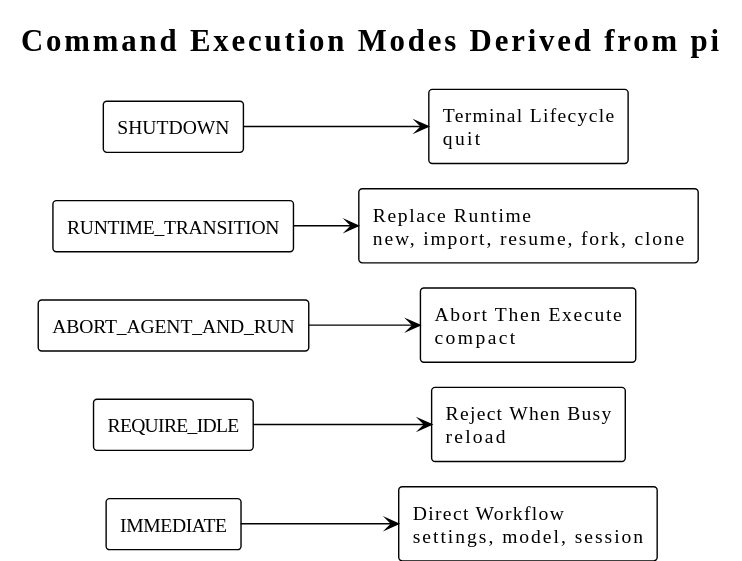
This is diagrams/command/08-execution-modes.svg from superheromeZzh/pi-mono-java-design, a PlantUML export, as it was before one commit. Its diagram source:
```plantuml
@startuml
!theme plain
!pragma layout smetana
skinparam defaultFontName "SansSerif"
skinparam shadowing false
skinparam backgroundColor transparent
title Command Execution Modes Derived from pi

left to right direction
rectangle IMMEDIATE
rectangle REQUIRE_IDLE
rectangle ABORT_AGENT_AND_RUN
rectangle RUNTIME_TRANSITION
rectangle SHUTDOWN

rectangle "Direct Workflow\nsettings, model, session" as Direct
rectangle "Reject When Busy\nreload" as Idle
rectangle "Abort Then Execute\ncompact" as Abort
rectangle "Replace Runtime\nnew, import, resume, fork, clone" as Transition
rectangle "Terminal Lifecycle\nquit" as Terminal

IMMEDIATE --> Direct
REQUIRE_IDLE --> Idle
ABORT_AGENT_AND_RUN --> Abort
RUNTIME_TRANSITION --> Transition
SHUTDOWN --> Terminal
@enduml
```
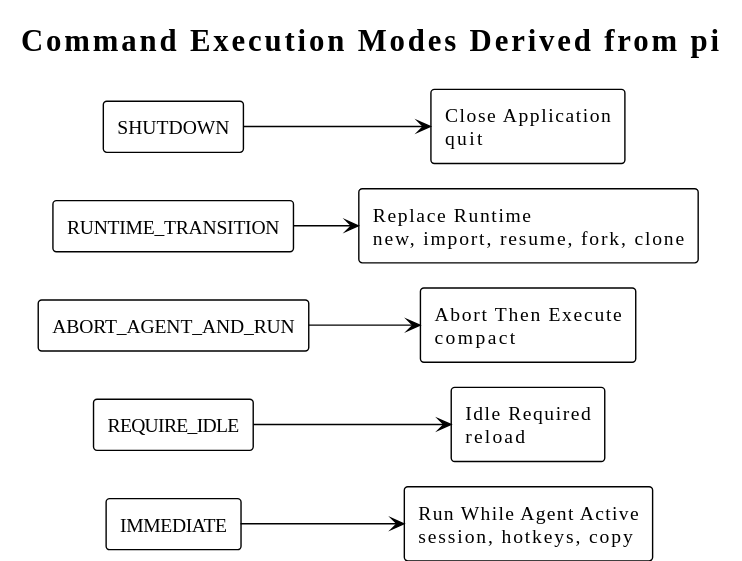
Above is the later version.

What changed in the source:
```diff
@@ -13,11 +13,11 @@
 rectangle RUNTIME_TRANSITION
 rectangle SHUTDOWN
 
-rectangle "Direct Workflow\nsettings, model, session" as Direct
-rectangle "Reject When Busy\nreload" as Idle
+rectangle "Run While Agent Active\nsession, hotkeys, copy" as Direct
+rectangle "Idle Required\nreload" as Idle
 rectangle "Abort Then Execute\ncompact" as Abort
 rectangle "Replace Runtime\nnew, import, resume, fork, clone" as Transition
-rectangle "Terminal Lifecycle\nquit" as Terminal
+rectangle "Close Application\nquit" as Terminal
 
 IMMEDIATE --> Direct
 REQUIRE_IDLE --> Idle
```
